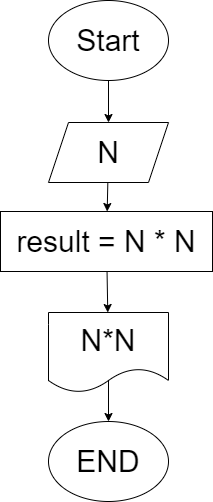
This is Seminar/Seminar_01/Ex001/diagramEx001.drawio.png from mrDEVGRU/CsharpSeminarProject, a draw.io export, as it was before one commit. Source tidied: cells renumbered, new cells last; positions are measured from the earlier drawing's top-left corner, leaving out a move shared by most shapes. The source it was exported from:
```xml
<mxGraphModel>
  <root>
    <mxCell id="0" />
    <mxCell id="1" parent="0" />
    <mxCell id="2" style="edgeStyle=none;html=1;fontSize=30;" parent="1" edge="1" source="3" target="5">
      <mxGeometry relative="1" as="geometry" />
    </mxCell>
    <mxCell id="3" value="&lt;font style=&quot;font-size: 30px;&quot;&gt;Start&lt;/font&gt;" style="ellipse;whiteSpace=wrap;html=1;" parent="1" vertex="1">
      <mxGeometry x="48" width="120" height="80" as="geometry" />
    </mxCell>
    <mxCell id="4" style="edgeStyle=none;html=1;fontSize=30;" parent="1" edge="1" source="5" target="10">
      <mxGeometry relative="1" as="geometry" />
    </mxCell>
    <mxCell id="5" value="&lt;font style=&quot;font-size: 30px;&quot;&gt;N&lt;/font&gt;" style="shape=parallelogram;perimeter=parallelogramPerimeter;whiteSpace=wrap;html=1;fixedSize=1;" parent="1" vertex="1">
      <mxGeometry x="48" y="122" width="120" height="60" as="geometry" />
    </mxCell>
    <mxCell id="6" style="edgeStyle=none;html=1;fontSize=30;" parent="1" edge="1" target="7">
      <mxGeometry relative="1" as="geometry">
        <mxPoint x="108" y="375" as="sourcePoint" />
      </mxGeometry>
    </mxCell>
    <mxCell id="7" value="END" style="ellipse;whiteSpace=wrap;html=1;fontSize=30;" parent="1" vertex="1">
      <mxGeometry x="48" y="421" width="120" height="80" as="geometry" />
    </mxCell>
    <mxCell id="8" value="N*N" style="shape=document;whiteSpace=wrap;html=1;boundedLbl=1;fontSize=30;" parent="1" vertex="1">
      <mxGeometry x="48" y="312" width="120" height="80" as="geometry" />
    </mxCell>
    <mxCell id="9" style="edgeStyle=none;html=1;fontSize=30;" parent="1" edge="1" source="10" target="8">
      <mxGeometry relative="1" as="geometry" />
    </mxCell>
    <mxCell id="10" value="&lt;font style=&quot;font-size: 30px;&quot;&gt;result = N * N&lt;/font&gt;" style="whiteSpace=wrap;html=1;" parent="1" vertex="1">
      <mxGeometry y="211" width="212" height="60" as="geometry" />
    </mxCell>
  </root>
</mxGraphModel>
```
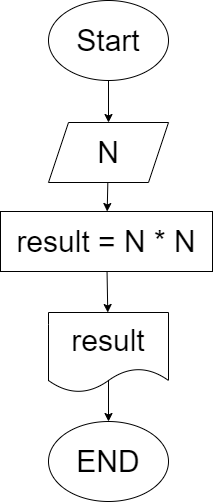
The same file after the commit.

Commit message:
Сделана блок-схема к Homework_01 Ex1

What changed in the source:
```diff
@@ -22,7 +22,7 @@
     <mxCell id="7" value="END" style="ellipse;whiteSpace=wrap;html=1;fontSize=30;" parent="1" vertex="1">
       <mxGeometry x="48" y="421" width="120" height="80" as="geometry" />
     </mxCell>
-    <mxCell id="8" value="N*N" style="shape=document;whiteSpace=wrap;html=1;boundedLbl=1;fontSize=30;" parent="1" vertex="1">
+    <mxCell id="8" value="result" style="shape=document;whiteSpace=wrap;html=1;boundedLbl=1;fontSize=30;" parent="1" vertex="1">
       <mxGeometry x="48" y="312" width="120" height="80" as="geometry" />
     </mxCell>
     <mxCell id="9" style="edgeStyle=none;html=1;fontSize=30;" parent="1" edge="1" source="10" target="8">
```
